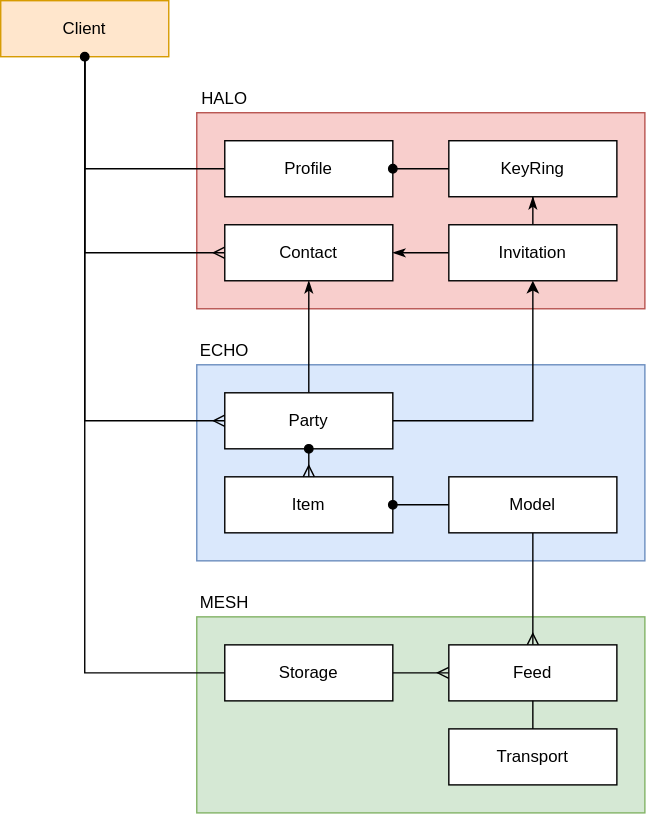
The draw.io diagram docs/content/diagrams/api.svg in dxos-deprecated/sdk, before a commit. Source tidied: cells renumbered, new cells last; positions are measured from the earlier drawing's top-left corner, leaving out a move shared by most shapes.
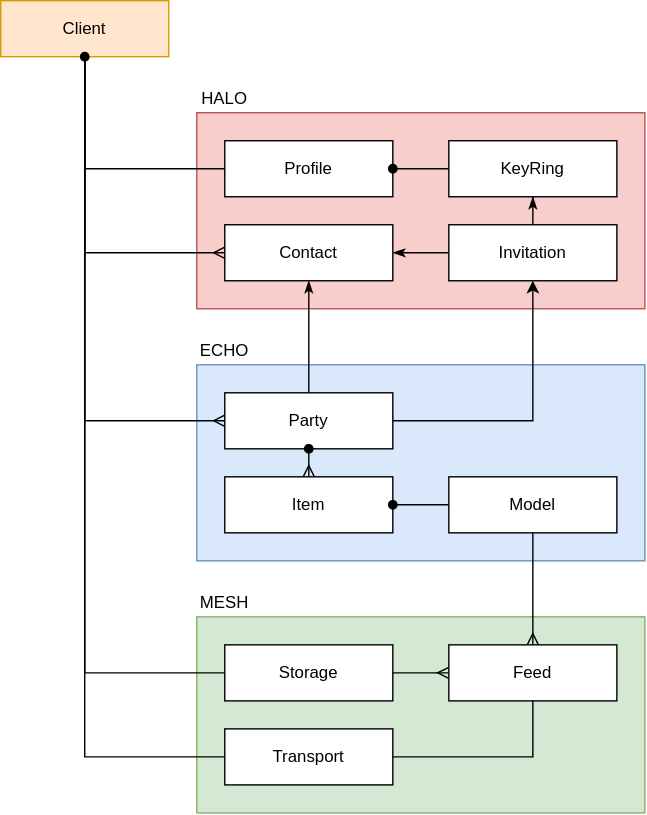
The same file after the commit.

Change to the diagram source:
```diff
@@ -14,6 +14,9 @@
     <mxCell id="5" style="edgeStyle=orthogonalEdgeStyle;rounded=0;jettySize=auto;html=1;exitX=0.5;exitY=1;exitDx=0;exitDy=0;entryX=0;entryY=0.5;entryDx=0;entryDy=0;startArrow=none;startFill=0;endArrow=none;endFill=0;" parent="1" edge="1" source="6" target="28">
       <mxGeometry relative="1" as="geometry" />
     </mxCell>
+    <mxCell id="33" style="edgeStyle=orthogonalEdgeStyle;rounded=0;jettySize=auto;html=1;exitX=0.5;exitY=1;exitDx=0;exitDy=0;entryX=0;entryY=0.5;entryDx=0;entryDy=0;startArrow=none;startFill=0;endArrow=none;endFill=0;" parent="1" edge="1" source="6" target="32">
+      <mxGeometry relative="1" as="geometry" />
+    </mxCell>
     <mxCell id="6" value="Client" style="rounded=0;whiteSpace=wrap;html=1;fillColor=#ffe6cc;strokeColor=#d79b00;" parent="1" vertex="1">
       <mxGeometry width="120" height="40" as="geometry" />
     </mxCell>
@@ -89,11 +92,11 @@
     <mxCell id="30" value="Feed" style="rounded=0;whiteSpace=wrap;html=1;" parent="1" vertex="1">
       <mxGeometry x="320" y="460" width="120" height="40" as="geometry" />
     </mxCell>
-    <mxCell id="31" style="edgeStyle=orthogonalEdgeStyle;rounded=0;jettySize=auto;html=1;exitX=0.5;exitY=0;exitDx=0;exitDy=0;startArrow=none;startFill=0;endArrow=none;endFill=0;" parent="1" edge="1" source="32" target="30">
+    <mxCell id="31" style="edgeStyle=orthogonalEdgeStyle;rounded=0;jettySize=auto;html=1;exitX=1;exitY=0.5;exitDx=0;exitDy=0;startArrow=none;startFill=0;endArrow=none;endFill=0;" parent="1" edge="1" source="32" target="30">
       <mxGeometry relative="1" as="geometry" />
     </mxCell>
     <mxCell id="32" value="Transport" style="rounded=0;whiteSpace=wrap;html=1;" parent="1" vertex="1">
-      <mxGeometry x="320" y="520" width="120" height="40" as="geometry" />
+      <mxGeometry x="160" y="520" width="120" height="40" as="geometry" />
     </mxCell>
   </root>
 </mxGraphModel>
```
